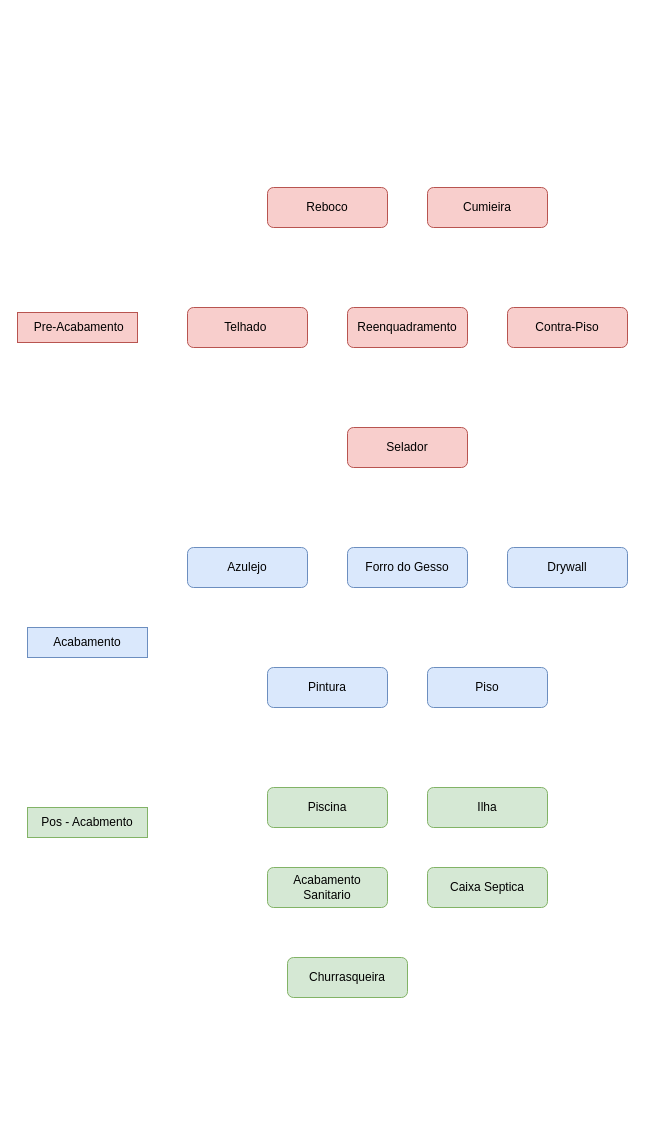
The draw.io diagram Untitled Diagram.drawio in Magnanimoose/Mansion-Construction, before the edit. Source tidied: cells renumbered, new cells numbered last; positions are measured from the earlier drawing's top-left corner, leaving out a move shared by most shapes. Both pictures are drawn from the tidied source at 100%, with x=0, y=0 at pixel (17, 187).
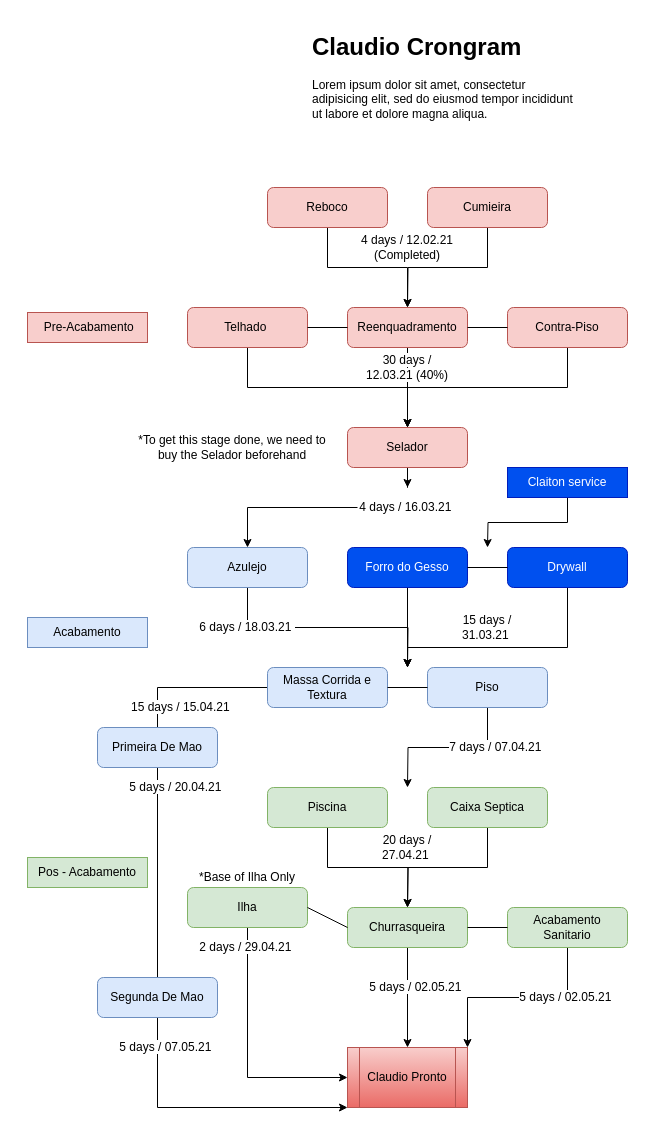
After the change.

Unchanged cells that the change refers to:
```xml
<mxCell id="2" value="Reboco" style="rounded=1;whiteSpace=wrap;html=1;fontSize=12;glass=0;strokeWidth=1;shadow=0;fillColor=#f8cecc;strokeColor=#b85450;" parent="1" vertex="1">
  <mxGeometry x="250" width="120" height="40" as="geometry" />
</mxCell>
<mxCell id="4" value="Cumieira" style="rounded=1;whiteSpace=wrap;html=1;fontSize=12;glass=0;strokeWidth=1;shadow=0;fillColor=#f8cecc;strokeColor=#b85450;" parent="1" vertex="1">
  <mxGeometry x="410" width="120" height="40" as="geometry" />
</mxCell>
<mxCell id="5" value="Reenquadramento" style="rounded=1;whiteSpace=wrap;html=1;fontSize=12;glass=0;strokeWidth=1;shadow=0;fillColor=#f8cecc;strokeColor=#b85450;" parent="1" vertex="1">
  <mxGeometry x="330" y="120" width="120" height="40" as="geometry" />
</mxCell>
<mxCell id="6" value="Telhado&amp;nbsp;" style="rounded=1;whiteSpace=wrap;html=1;fontSize=12;glass=0;strokeWidth=1;shadow=0;fillColor=#f8cecc;strokeColor=#b85450;" parent="1" vertex="1">
  <mxGeometry x="170" y="120" width="120" height="40" as="geometry" />
</mxCell>
<mxCell id="7" value="Selador" style="rounded=1;whiteSpace=wrap;html=1;fontSize=12;glass=0;strokeWidth=1;shadow=0;fillColor=#f8cecc;strokeColor=#b85450;" parent="1" vertex="1">
  <mxGeometry x="330" y="240" width="120" height="40" as="geometry" />
</mxCell>
<mxCell id="8" value="Contra-Piso" style="rounded=1;whiteSpace=wrap;html=1;fontSize=12;glass=0;strokeWidth=1;shadow=0;fillColor=#f8cecc;strokeColor=#b85450;" parent="1" vertex="1">
  <mxGeometry x="490" y="120" width="120" height="40" as="geometry" />
</mxCell>
<mxCell id="10" value="Azulejo" style="rounded=1;whiteSpace=wrap;html=1;fontSize=12;glass=0;strokeWidth=1;shadow=0;fillColor=#dae8fc;strokeColor=#6c8ebf;" parent="1" vertex="1">
  <mxGeometry x="170" y="360" width="120" height="40" as="geometry" />
</mxCell>
<mxCell id="12" value="Piso" style="rounded=1;whiteSpace=wrap;html=1;fontSize=12;glass=0;strokeWidth=1;shadow=0;fillColor=#dae8fc;strokeColor=#6c8ebf;" parent="1" vertex="1">
  <mxGeometry x="410" y="480" width="120" height="40" as="geometry" />
</mxCell>
<mxCell id="16" value="Piscina" style="rounded=1;whiteSpace=wrap;html=1;fontSize=12;glass=0;strokeWidth=1;shadow=0;fillColor=#d5e8d4;strokeColor=#82b366;" parent="1" vertex="1">
  <mxGeometry x="250" y="600" width="120" height="40" as="geometry" />
</mxCell>
```

Change to the diagram source:
```diff
@@
+    <mxCell id="21" style="edgeStyle=orthogonalEdgeStyle;rounded=0;jettySize=auto;html=1;exitX=0.5;exitY=1;exitDx=0;exitDy=0;entryX=0.5;entryY=0;entryDx=0;entryDy=0;" parent="1" edge="1" source="2" target="5">
+      <mxGeometry relative="1" as="geometry" />
+    </mxCell>
@@
     <mxCell id="3" value="&amp;nbsp;Pre-Acabamento" style="text;html=1;strokeColor=#b85450;fillColor=#f8cecc;align=center;verticalAlign=middle;whiteSpace=wrap;rounded=0;" parent="1" vertex="1">
-      <mxGeometry y="125" width="120" height="30" as="geometry" />
+      <mxGeometry x="10" y="125" width="120" height="30" as="geometry" />
     </mxCell>
+    <mxCell id="22" style="edgeStyle=orthogonalEdgeStyle;rounded=0;jettySize=auto;html=1;exitX=0.5;exitY=1;exitDx=0;exitDy=0;" parent="1" edge="1" source="4">
+      <mxGeometry relative="1" as="geometry">
+        <mxPoint x="390" y="120" as="targetPoint" />
+      </mxGeometry>
+    </mxCell>
@@
+    <mxCell id="23" style="edgeStyle=orthogonalEdgeStyle;rounded=0;jettySize=auto;html=1;exitX=0.5;exitY=1;exitDx=0;exitDy=0;entryX=0.5;entryY=0;entryDx=0;entryDy=0;" parent="1" edge="1" source="5" target="7">
+      <mxGeometry relative="1" as="geometry" />
+    </mxCell>
@@
+    <mxCell id="24" style="edgeStyle=orthogonalEdgeStyle;rounded=0;jettySize=auto;html=1;entryX=0.5;entryY=0;entryDx=0;entryDy=0;" parent="1" edge="1" source="6" target="7">
+      <mxGeometry relative="1" as="geometry">
+        <Array as="points">
+          <mxPoint x="230" y="200" />
+          <mxPoint x="390" y="200" />
+        </Array>
+      </mxGeometry>
+    </mxCell>
@@
+    <mxCell id="25" style="edgeStyle=orthogonalEdgeStyle;rounded=0;jettySize=auto;html=1;exitX=0.5;exitY=1;exitDx=0;exitDy=0;" parent="1" edge="1" source="7" target="40">
+      <mxGeometry relative="1" as="geometry" />
+    </mxCell>
@@
+    <mxCell id="26" style="edgeStyle=orthogonalEdgeStyle;rounded=0;jettySize=auto;html=1;exitX=0.5;exitY=1;exitDx=0;exitDy=0;entryX=0.5;entryY=0;entryDx=0;entryDy=0;" parent="1" edge="1" source="8" target="7">
+      <mxGeometry relative="1" as="geometry" />
+    </mxCell>
@@
     <mxCell id="9" value="Acabamento" style="text;html=1;strokeColor=#6c8ebf;fillColor=#dae8fc;align=center;verticalAlign=middle;whiteSpace=wrap;rounded=0;" parent="1" vertex="1">
-      <mxGeometry x="10" y="440" width="120" height="30" as="geometry" />
+      <mxGeometry x="10" y="430" width="120" height="30" as="geometry" />
     </mxCell>
+    <mxCell id="27" style="edgeStyle=orthogonalEdgeStyle;rounded=0;jettySize=auto;html=1;exitX=0.5;exitY=1;exitDx=0;exitDy=0;" parent="1" edge="1" source="10">
+      <mxGeometry relative="1" as="geometry">
+        <mxPoint x="390" y="480" as="targetPoint" />
+      </mxGeometry>
+    </mxCell>
@@
+    <mxCell id="28" style="edgeStyle=orthogonalEdgeStyle;rounded=0;jettySize=auto;html=1;exitX=0.5;exitY=1;exitDx=0;exitDy=0;" parent="1" edge="1" source="11">
+      <mxGeometry relative="1" as="geometry">
+        <mxPoint x="390" y="480" as="targetPoint" />
+      </mxGeometry>
+    </mxCell>
-    <mxCell id="11" value="Forro do Gesso" style="rounded=1;whiteSpace=wrap;html=1;fontSize=12;glass=0;strokeWidth=1;shadow=0;fillColor=#dae8fc;strokeColor=#6c8ebf;" parent="1" vertex="1">
+    <mxCell id="11" value="Forro do Gesso" style="rounded=1;whiteSpace=wrap;html=1;fontSize=12;glass=0;strokeWidth=1;shadow=0;fillColor=#0050ef;strokeColor=#001DBC;fontColor=#ffffff;" parent="1" vertex="1">
       <mxGeometry x="330" y="360" width="120" height="40" as="geometry" />
     </mxCell>
+    <mxCell id="29" style="edgeStyle=orthogonalEdgeStyle;rounded=0;jettySize=auto;html=1;exitX=0.5;exitY=1;exitDx=0;exitDy=0;" parent="1" edge="1" source="12">
+      <mxGeometry relative="1" as="geometry">
+        <mxPoint x="390" y="600" as="targetPoint" />
+      </mxGeometry>
+    </mxCell>
@@
+    <mxCell id="30" style="edgeStyle=orthogonalEdgeStyle;rounded=0;jettySize=auto;html=1;exitX=0.5;exitY=1;exitDx=0;exitDy=0;" parent="1" edge="1" source="13">
+      <mxGeometry relative="1" as="geometry">
+        <mxPoint x="390" y="480" as="targetPoint" />
+        <Array as="points">
+          <mxPoint x="550" y="460" />
+          <mxPoint x="390" y="460" />
+        </Array>
+      </mxGeometry>
+    </mxCell>
-    <mxCell id="13" value="Drywall" style="rounded=1;whiteSpace=wrap;html=1;fontSize=12;glass=0;strokeWidth=1;shadow=0;fillColor=#dae8fc;strokeColor=#6c8ebf;" parent="1" vertex="1">
+    <mxCell id="13" value="Drywall" style="rounded=1;whiteSpace=wrap;html=1;fontSize=12;glass=0;strokeWidth=1;shadow=0;fillColor=#0050ef;strokeColor=#001DBC;fontColor=#ffffff;" parent="1" vertex="1">
       <mxGeometry x="490" y="360" width="120" height="40" as="geometry" />
     </mxCell>
+    <mxCell id="31" style="edgeStyle=orthogonalEdgeStyle;rounded=0;jettySize=auto;html=1;exitX=0;exitY=0.5;exitDx=0;exitDy=0;entryX=0;entryY=1;entryDx=0;entryDy=0;" parent="1" edge="1" source="14" target="56">
+      <mxGeometry relative="1" as="geometry">
+        <Array as="points">
+          <mxPoint x="140" y="500" />
+          <mxPoint x="140" y="920" />
+        </Array>
+      </mxGeometry>
+    </mxCell>
-    <mxCell id="14" value="Pintura" style="rounded=1;whiteSpace=wrap;html=1;fontSize=12;glass=0;strokeWidth=1;shadow=0;fillColor=#dae8fc;strokeColor=#6c8ebf;" parent="1" vertex="1">
+    <mxCell id="14" value="Massa Corrida e Textura" style="rounded=1;whiteSpace=wrap;html=1;fontSize=12;glass=0;strokeWidth=1;shadow=0;fillColor=#dae8fc;strokeColor=#6c8ebf;" parent="1" vertex="1">
       <mxGeometry x="250" y="480" width="120" height="40" as="geometry" />
     </mxCell>
-    <mxCell id="15" value="Pos - Acabmento" style="text;html=1;strokeColor=#82b366;fillColor=#d5e8d4;align=center;verticalAlign=middle;whiteSpace=wrap;rounded=0;" parent="1" vertex="1">
-      <mxGeometry x="10" y="620" width="120" height="30" as="geometry" />
+    <mxCell id="15" value="Pos - Acabamento" style="text;html=1;strokeColor=#82b366;fillColor=#d5e8d4;align=center;verticalAlign=middle;whiteSpace=wrap;rounded=0;" parent="1" vertex="1">
+      <mxGeometry x="10" y="670" width="120" height="30" as="geometry" />
     </mxCell>
+    <mxCell id="32" style="edgeStyle=orthogonalEdgeStyle;rounded=0;jettySize=auto;html=1;exitX=0.5;exitY=1;exitDx=0;exitDy=0;" parent="1" edge="1" source="16">
+      <mxGeometry relative="1" as="geometry">
+        <mxPoint x="390" y="720" as="targetPoint" />
+      </mxGeometry>
+    </mxCell>
@@
+    <mxCell id="33" style="edgeStyle=orthogonalEdgeStyle;rounded=0;jettySize=auto;html=1;exitX=0.5;exitY=1;exitDx=0;exitDy=0;entryX=1;entryY=0;entryDx=0;entryDy=0;" parent="1" edge="1" source="17" target="56">
+      <mxGeometry relative="1" as="geometry" />
+    </mxCell>
     <mxCell id="17" value="Acabamento Sanitario" style="rounded=1;whiteSpace=wrap;html=1;fontSize=12;glass=0;strokeWidth=1;shadow=0;fillColor=#d5e8d4;strokeColor=#82b366;" parent="1" vertex="1">
-      <mxGeometry x="250" y="680" width="120" height="40" as="geometry" />
+      <mxGeometry x="490" y="720" width="120" height="40" as="geometry" />
     </mxCell>
+    <mxCell id="34" style="edgeStyle=orthogonalEdgeStyle;rounded=0;jettySize=auto;html=1;exitX=0.5;exitY=1;exitDx=0;exitDy=0;" parent="1" edge="1" source="18">
+      <mxGeometry relative="1" as="geometry">
+        <mxPoint x="390" y="720" as="targetPoint" />
+      </mxGeometry>
+    </mxCell>
     <mxCell id="18" value="Caixa Septica" style="rounded=1;whiteSpace=wrap;html=1;fontSize=12;glass=0;strokeWidth=1;shadow=0;fillColor=#d5e8d4;strokeColor=#82b366;" parent="1" vertex="1">
-      <mxGeometry x="410" y="680" width="120" height="40" as="geometry" />
+      <mxGeometry x="410" y="600" width="120" height="40" as="geometry" />
     </mxCell>
+    <mxCell id="35" style="edgeStyle=orthogonalEdgeStyle;rounded=0;jettySize=auto;html=1;exitX=0.5;exitY=1;exitDx=0;exitDy=0;entryX=0;entryY=0.5;entryDx=0;entryDy=0;" parent="1" edge="1" source="19" target="56">
+      <mxGeometry relative="1" as="geometry" />
+    </mxCell>
     <mxCell id="19" value="Ilha" style="rounded=1;whiteSpace=wrap;html=1;fontSize=12;glass=0;strokeWidth=1;shadow=0;fillColor=#d5e8d4;strokeColor=#82b366;" parent="1" vertex="1">
-      <mxGeometry x="410" y="600" width="120" height="40" as="geometry" />
+      <mxGeometry x="170" y="700" width="120" height="40" as="geometry" />
     </mxCell>
+    <mxCell id="36" style="edgeStyle=orthogonalEdgeStyle;rounded=0;jettySize=auto;html=1;exitX=0.5;exitY=1;exitDx=0;exitDy=0;entryX=0.5;entryY=0;entryDx=0;entryDy=0;" parent="1" edge="1" source="20" target="56">
+      <mxGeometry relative="1" as="geometry" />
+    </mxCell>
     <mxCell id="20" value="Churrasqueira" style="rounded=1;whiteSpace=wrap;html=1;fontSize=12;glass=0;strokeWidth=1;shadow=0;fillColor=#d5e8d4;strokeColor=#82b366;" parent="1" vertex="1">
-      <mxGeometry x="270" y="770" width="120" height="40" as="geometry" />
+      <mxGeometry x="330" y="720" width="120" height="40" as="geometry" />
     </mxCell>
+    <mxCell id="37" value="&lt;h1&gt;Claudio Crongram&lt;/h1&gt;&lt;p&gt;Lorem ipsum dolor sit amet, consectetur adipisicing elit, sed do eiusmod tempor incididunt ut labore et dolore magna aliqua.&lt;/p&gt;" style="text;html=1;strokeColor=none;fillColor=none;spacing=5;spacingTop=-20;whiteSpace=wrap;overflow=hidden;rounded=0;" parent="1" vertex="1">
+      <mxGeometry x="290" y="-160" width="280" height="120" as="geometry" />
+    </mxCell>
+    <mxCell id="38" value="4 days / 12.02.21 (Completed)&lt;br&gt;" style="text;html=1;strokeColor=none;fillColor=none;align=center;verticalAlign=middle;whiteSpace=wrap;rounded=0;" parent="1" vertex="1">
+      <mxGeometry x="340" y="40" width="100" height="40" as="geometry" />
+    </mxCell>
+    <mxCell id="39" style="edgeStyle=orthogonalEdgeStyle;rounded=0;jettySize=auto;html=1;entryX=0.5;entryY=0;entryDx=0;entryDy=0;" parent="1" edge="1" source="40" target="10">
+      <mxGeometry relative="1" as="geometry" />
+    </mxCell>
+    <mxCell id="40" value="&lt;span style=&quot;background-color: rgb(255 , 255 , 255)&quot;&gt;4 days / 16.03.21&amp;nbsp;&lt;/span&gt;" style="text;html=1;align=center;verticalAlign=middle;whiteSpace=wrap;rounded=0;" parent="1" vertex="1">
+      <mxGeometry x="340" y="300" width="100" height="40" as="geometry" />
+    </mxCell>
+    <mxCell id="41" value="&lt;span style=&quot;background-color: rgb(255 , 255 , 255)&quot;&gt;30 days / 12.03.21 (40%)&lt;/span&gt;" style="text;html=1;align=center;verticalAlign=middle;whiteSpace=wrap;rounded=0;" parent="1" vertex="1">
+      <mxGeometry x="340" y="160" width="100" height="40" as="geometry" />
+    </mxCell>
+    <mxCell id="42" value="*To get this stage done, we need to buy the Selador beforehand" style="text;html=1;strokeColor=none;fillColor=none;align=center;verticalAlign=middle;whiteSpace=wrap;rounded=0;" parent="1" vertex="1">
+      <mxGeometry x="120" y="245" width="190" height="30" as="geometry" />
+    </mxCell>
+    <mxCell id="43" value="&lt;span style=&quot;background-color: rgb(255 , 255 , 255)&quot;&gt;20 days / 27.04.21&amp;nbsp;&lt;/span&gt;" style="text;html=1;align=center;verticalAlign=middle;whiteSpace=wrap;rounded=0;" parent="1" vertex="1">
+      <mxGeometry x="340" y="640" width="100" height="40" as="geometry" />
+    </mxCell>
+    <mxCell id="44" value="&lt;span style=&quot;background-color: rgb(255 , 255 , 255)&quot;&gt;15 days / 31.03.21&amp;nbsp;&lt;/span&gt;" style="text;html=1;align=center;verticalAlign=middle;whiteSpace=wrap;rounded=0;" parent="1" vertex="1">
+      <mxGeometry x="420" y="420" width="100" height="40" as="geometry" />
+    </mxCell>
+    <mxCell id="45" style="edgeStyle=orthogonalEdgeStyle;rounded=0;jettySize=auto;html=1;exitX=0.5;exitY=1;exitDx=0;exitDy=0;" parent="1" edge="1" source="46">
+      <mxGeometry relative="1" as="geometry">
+        <mxPoint x="470" y="360" as="targetPoint" />
+      </mxGeometry>
+    </mxCell>
+    <mxCell id="46" value="Claiton service" style="text;html=1;strokeColor=#001DBC;fillColor=#0050ef;align=center;verticalAlign=middle;whiteSpace=wrap;rounded=0;fontColor=#ffffff;" parent="1" vertex="1">
+      <mxGeometry x="490" y="280" width="120" height="30" as="geometry" />
+    </mxCell>
+    <mxCell id="47" value="&lt;span style=&quot;background-color: rgb(255 , 255 , 255)&quot;&gt;6 days / 18.03.21&amp;nbsp;&lt;/span&gt;" style="text;html=1;align=center;verticalAlign=middle;whiteSpace=wrap;rounded=0;" parent="1" vertex="1">
+      <mxGeometry x="180" y="420" width="100" height="40" as="geometry" />
+    </mxCell>
+    <mxCell id="48" value="&lt;span style=&quot;background-color: rgb(255 , 255 , 255)&quot;&gt;2 days / 29.04.21&amp;nbsp;&lt;/span&gt;" style="text;html=1;align=center;verticalAlign=middle;whiteSpace=wrap;rounded=0;" parent="1" vertex="1">
+      <mxGeometry x="180" y="740" width="100" height="40" as="geometry" />
+    </mxCell>
+    <mxCell id="49" value="&lt;span style=&quot;background-color: rgb(255 , 255 , 255)&quot;&gt;7 days / 07.04.21&amp;nbsp;&lt;/span&gt;" style="text;html=1;align=center;verticalAlign=middle;whiteSpace=wrap;rounded=0;" parent="1" vertex="1">
+      <mxGeometry x="430" y="530" width="100" height="60" as="geometry" />
+    </mxCell>
+    <mxCell id="50" value="&lt;span style=&quot;background-color: rgb(255 , 255 , 255)&quot;&gt;15 days / 15.04.21&amp;nbsp;&lt;/span&gt;" style="text;html=1;align=center;verticalAlign=middle;whiteSpace=wrap;rounded=0;" parent="1" vertex="1">
+      <mxGeometry x="100" y="500" width="130" height="40" as="geometry" />
+    </mxCell>
+    <mxCell id="51" value="&lt;span style=&quot;background-color: rgb(255 , 255 , 255)&quot;&gt;5 days / 02.05.21&amp;nbsp;&lt;/span&gt;" style="text;html=1;align=center;verticalAlign=middle;whiteSpace=wrap;rounded=0;" parent="1" vertex="1">
+      <mxGeometry x="500" y="790" width="100" height="40" as="geometry" />
+    </mxCell>
+    <mxCell id="52" value="Primeira De Mao" style="rounded=1;whiteSpace=wrap;html=1;fontSize=12;glass=0;strokeWidth=1;shadow=0;fillColor=#dae8fc;strokeColor=#6c8ebf;" parent="1" vertex="1">
+      <mxGeometry x="80" y="540" width="120" height="40" as="geometry" />
+    </mxCell>
+    <mxCell id="53" value="&lt;span style=&quot;background-color: rgb(255 , 255 , 255)&quot;&gt;5 days / 02.05.21&amp;nbsp;&lt;/span&gt;" style="text;html=1;align=center;verticalAlign=middle;whiteSpace=wrap;rounded=0;" parent="1" vertex="1">
+      <mxGeometry x="350" y="780" width="100" height="40" as="geometry" />
+    </mxCell>
+    <mxCell id="54" value="&lt;span style=&quot;background-color: rgb(255 , 255 , 255)&quot;&gt;5 days / 20.04.21&amp;nbsp;&lt;/span&gt;" style="text;html=1;align=center;verticalAlign=middle;whiteSpace=wrap;rounded=0;" parent="1" vertex="1">
+      <mxGeometry x="110" y="580" width="100" height="40" as="geometry" />
+    </mxCell>
+    <mxCell id="55" value="Segunda De Mao" style="rounded=1;whiteSpace=wrap;html=1;fontSize=12;glass=0;strokeWidth=1;shadow=0;fillColor=#dae8fc;strokeColor=#6c8ebf;" parent="1" vertex="1">
+      <mxGeometry x="80" y="790" width="120" height="40" as="geometry" />
+    </mxCell>
+    <mxCell id="56" value="Claudio Pronto" style="shape=process;whiteSpace=wrap;html=1;backgroundOutline=1;fillColor=#f8cecc;gradientColor=#ea6b66;strokeColor=#b85450;" parent="1" vertex="1">
+      <mxGeometry x="330" y="860" width="120" height="60" as="geometry" />
+    </mxCell>
+    <mxCell id="57" style="endArrow=none;html=1;exitX=0;exitY=0.5;exitDx=0;exitDy=0;entryX=1;entryY=0.5;entryDx=0;entryDy=0;" parent="1" edge="1" source="17" target="20">
+      <mxGeometry relative="1" as="geometry" />
+    </mxCell>
+    <mxCell id="58" style="endArrow=none;html=1;exitX=1;exitY=0.5;exitDx=0;exitDy=0;entryX=0;entryY=0.5;entryDx=0;entryDy=0;" parent="1" edge="1" source="19" target="20">
+      <mxGeometry relative="1" as="geometry" />
+    </mxCell>
+    <mxCell id="59" style="endArrow=none;html=1;entryX=0;entryY=0.5;entryDx=0;entryDy=0;exitX=1;exitY=0.5;exitDx=0;exitDy=0;" parent="1" edge="1" source="14" target="12">
+      <mxGeometry relative="1" as="geometry" />
+    </mxCell>
+    <mxCell id="60" style="endArrow=none;html=1;entryX=0;entryY=0.5;entryDx=0;entryDy=0;exitX=1;exitY=0.5;exitDx=0;exitDy=0;" parent="1" edge="1" source="11" target="13">
+      <mxGeometry relative="1" as="geometry" />
+    </mxCell>
+    <mxCell id="61" style="endArrow=none;html=1;exitX=1;exitY=0.5;exitDx=0;exitDy=0;" parent="1" edge="1" source="6">
+      <mxGeometry relative="1" as="geometry">
+        <mxPoint x="330" y="140" as="targetPoint" />
+      </mxGeometry>
+    </mxCell>
+    <mxCell id="62" style="endArrow=none;html=1;entryX=1;entryY=0.5;entryDx=0;entryDy=0;exitX=0;exitY=0.5;exitDx=0;exitDy=0;" parent="1" edge="1" source="8" target="5">
+      <mxGeometry relative="1" as="geometry" />
+    </mxCell>
+    <mxCell id="63" value="&lt;span style=&quot;background-color: rgb(255 , 255 , 255)&quot;&gt;5 days / 07.05.21&amp;nbsp;&lt;/span&gt;" style="text;html=1;align=center;verticalAlign=middle;whiteSpace=wrap;rounded=0;" parent="1" vertex="1">
+      <mxGeometry x="100" y="840" width="100" height="40" as="geometry" />
+    </mxCell>
+    <mxCell id="64" value="*Base of Ilha Only" style="text;html=1;strokeColor=none;fillColor=none;align=center;verticalAlign=middle;whiteSpace=wrap;rounded=0;" parent="1" vertex="1">
+      <mxGeometry x="180" y="680" width="100" height="20" as="geometry" />
+    </mxCell>
```
